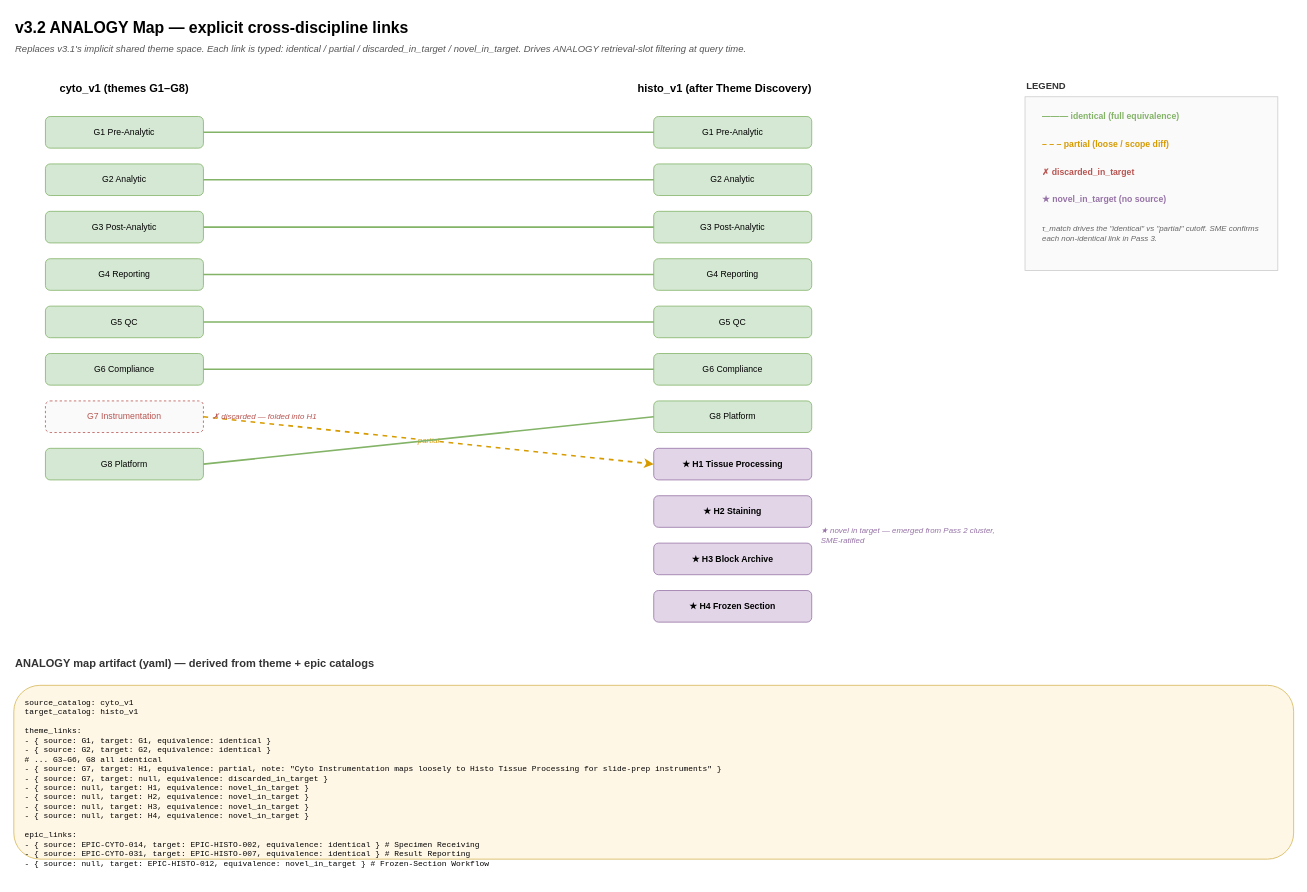
Before: page "v3.2 ANALOGY Map" (13 of 13) of microbio_lims_architecture.drawio in Rajneesh-Tiwari/LabReq_agent, a draw.io diagram. Source tidied: cells renumbered, new cells numbered last; positions are measured from the earlier drawing's top-left corner, leaving out a move shared by most shapes. Both pictures are drawn from the tidied source at 79%, with x=0, y=0 at pixel (13, 13).
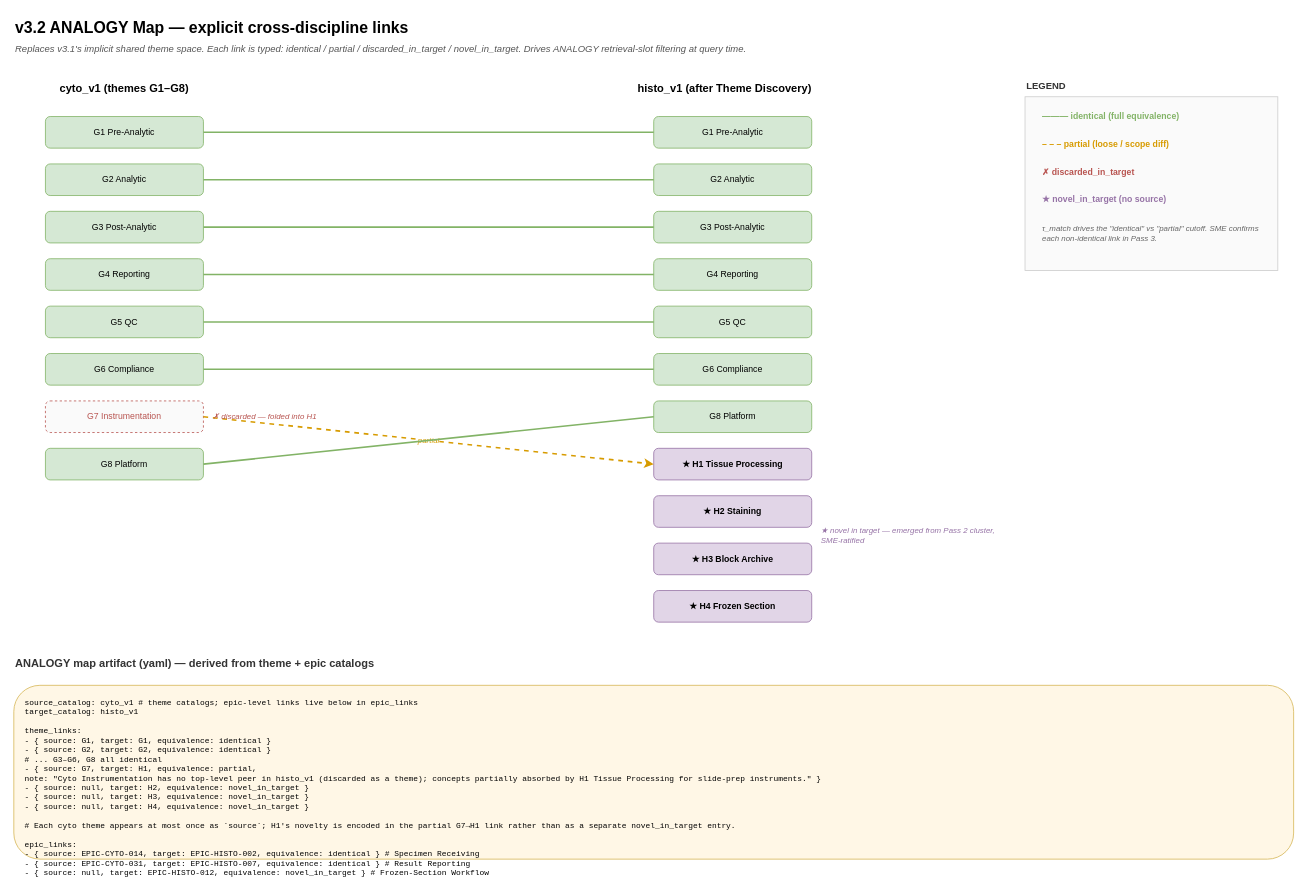
Above is the later version.

The edit, as a diff of the source:
```diff
@@
-    <mxCell id="43" value="source_catalog: cyto_v1&#10;target_catalog: histo_v1&#10;&#10;theme_links:&#10;  - { source: G1, target: G1, equivalence: identical }&#10;  - { source: G2, target: G2, equivalence: identical }&#10;  # ... G3–G6, G8 all identical&#10;  - { source: G7, target: H1, equivalence: partial,  note: &quot;Cyto Instrumentation maps loosely to Histo Tissue Processing for slide-prep instruments&quot; }&#10;  - { source: G7, target: null, equivalence: discarded_in_target }&#10;  - { source: null, target: H1, equivalence: novel_in_target }&#10;  - { source: null, target: H2, equivalence: novel_in_target }&#10;  - { source: null, target: H3, equivalence: novel_in_target }&#10;  - { source: null, target: H4, equivalence: novel_in_target }&#10;&#10;epic_links:&#10;  - { source: EPIC-CYTO-014, target: EPIC-HISTO-002, equivalence: identical }       # Specimen Receiving&#10;  - { source: EPIC-CYTO-031, target: EPIC-HISTO-007, equivalence: identical }       # Result Reporting&#10;  - { source: null,           target: EPIC-HISTO-012, equivalence: novel_in_target } # Frozen-Section Workflow" style="rounded=1;whiteSpace=wrap;html=1;fillColor=#fff7e6;strokeColor=#d6b656;fontSize=10;align=left;verticalAlign=top;spacingLeft=12;spacingTop=10;spacingRight=12;fontFamily=Courier New;" parent="1" vertex="1">
+    <mxCell id="43" value="source_catalog: cyto_v1               # theme catalogs; epic-level links live below in epic_links&#10;target_catalog: histo_v1&#10;&#10;theme_links:&#10;  - { source: G1,   target: G1, equivalence: identical }&#10;  - { source: G2,   target: G2, equivalence: identical }&#10;  # ... G3–G6, G8 all identical&#10;  - { source: G7,   target: H1, equivalence: partial,&#10;      note: &quot;Cyto Instrumentation has no top-level peer in histo_v1 (discarded as a theme); concepts partially absorbed by H1 Tissue Processing for slide-prep instruments.&quot; }&#10;  - { source: null, target: H2, equivalence: novel_in_target }&#10;  - { source: null, target: H3, equivalence: novel_in_target }&#10;  - { source: null, target: H4, equivalence: novel_in_target }&#10;&#10;# Each cyto theme appears at most once as `source`; H1's novelty is encoded in the partial G7→H1 link rather than as a separate novel_in_target entry.&#10;&#10;epic_links:&#10;  - { source: EPIC-CYTO-014, target: EPIC-HISTO-002, equivalence: identical }       # Specimen Receiving&#10;  - { source: EPIC-CYTO-031, target: EPIC-HISTO-007, equivalence: identical }       # Result Reporting&#10;  - { source: null,           target: EPIC-HISTO-012, equivalence: novel_in_target } # Frozen-Section Workflow" style="rounded=1;whiteSpace=wrap;html=1;fillColor=#fff7e6;strokeColor=#d6b656;fontSize=10;align=left;verticalAlign=top;spacingLeft=12;spacingTop=10;spacingRight=12;fontFamily=Courier New;" parent="1" vertex="1">
       <mxGeometry y="850" width="1620" height="220" as="geometry" />
     </mxCell>
```
